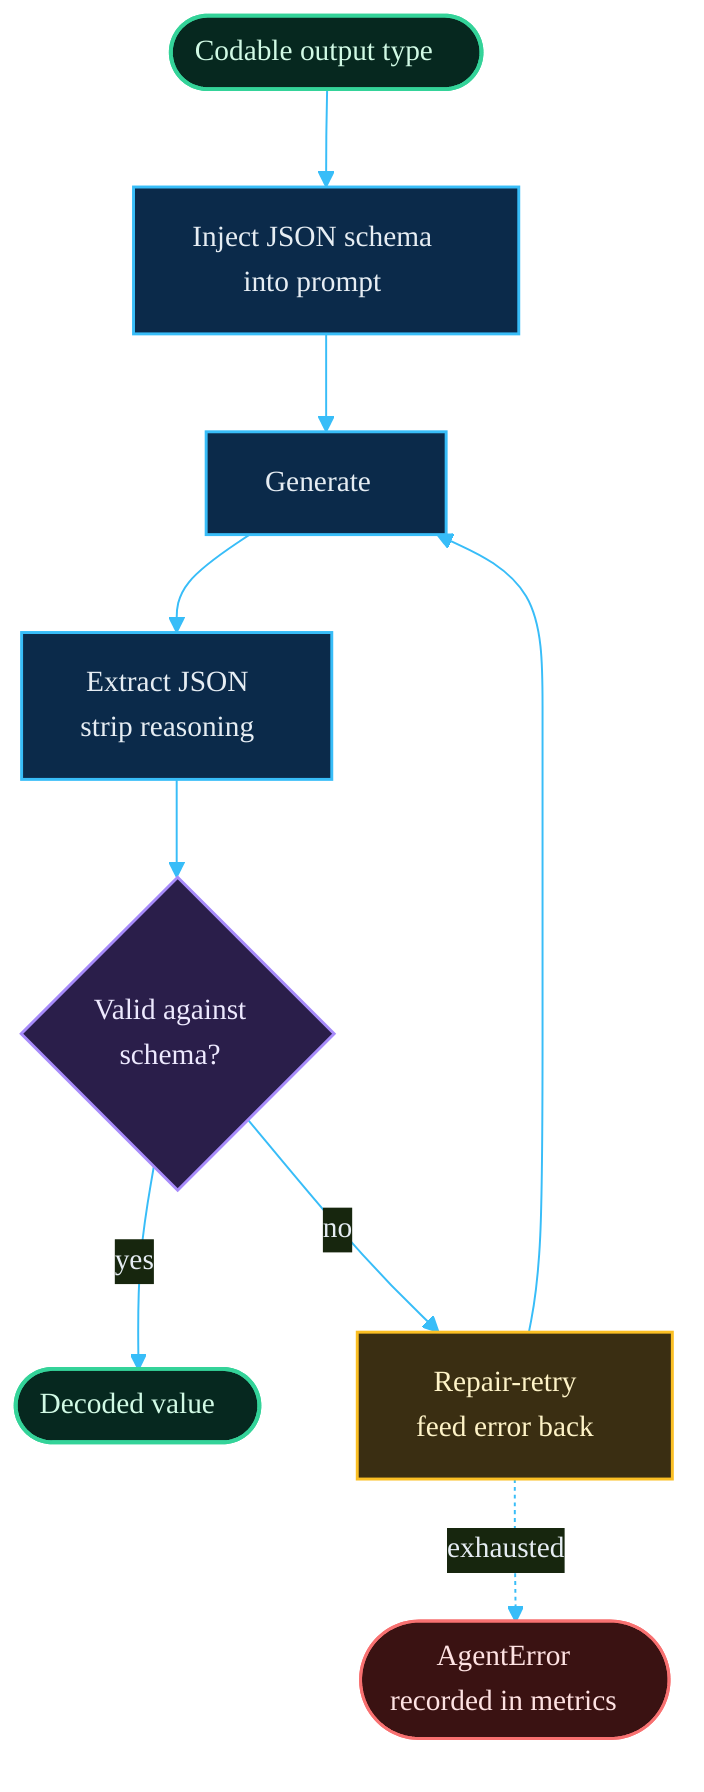
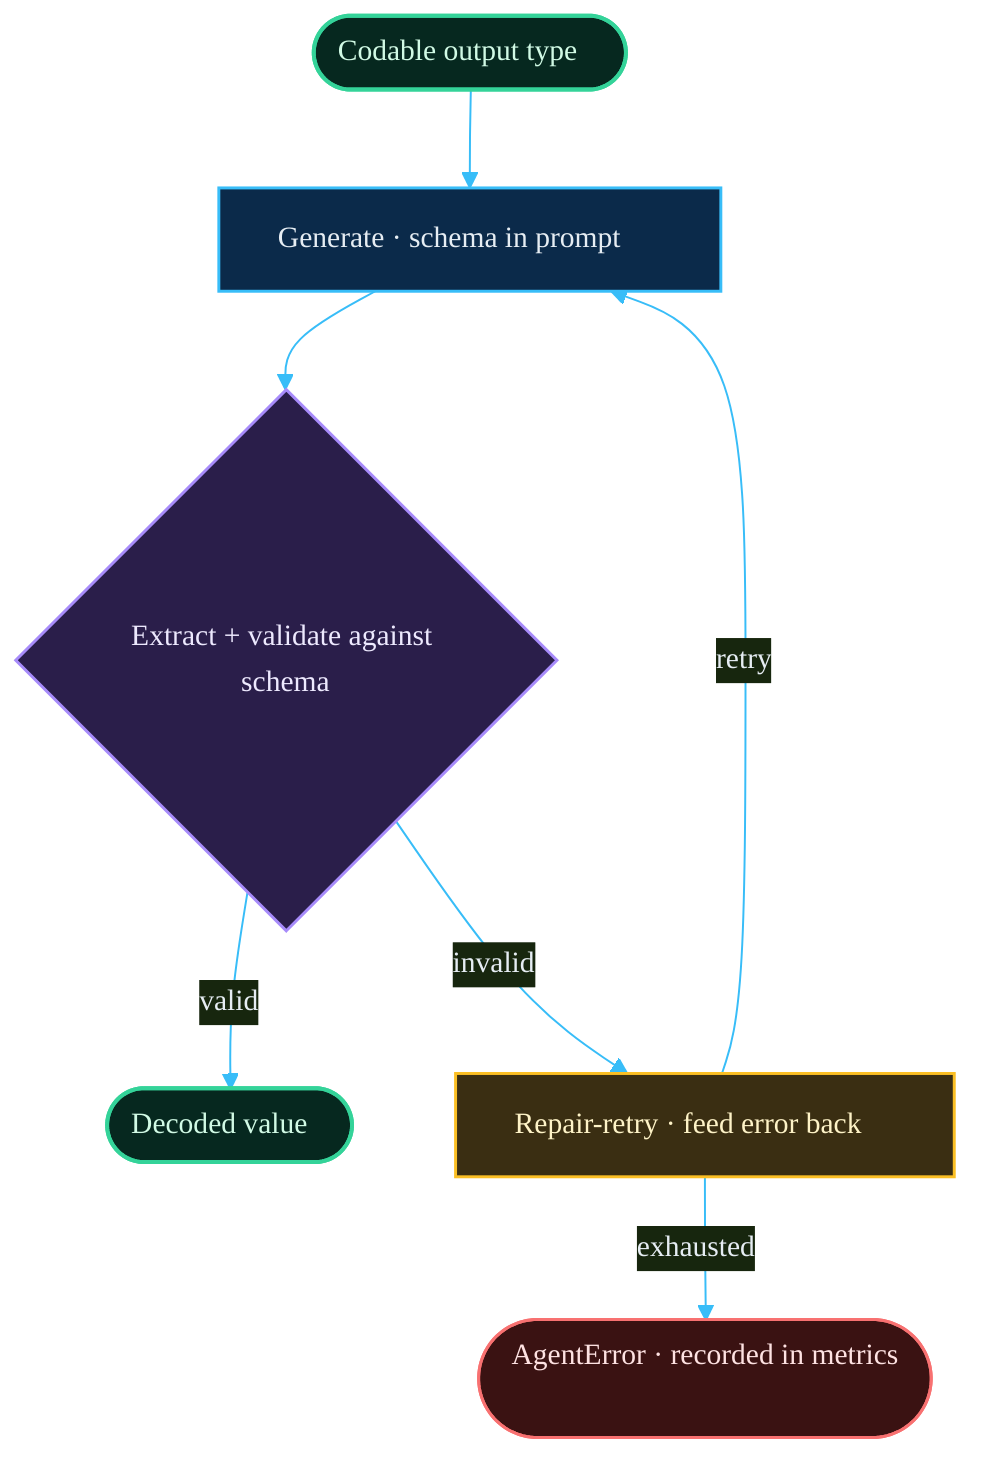
%%{init: {'theme':'base','themeVariables':{'background':'#070b14','primaryColor':'#0e1726','primaryTextColor':'#e6edf3','primaryBorderColor':'#22d3ee','lineColor':'#38bdf8','fontFamily':'Inter,Helvetica,sans-serif','fontSize':'15px','clusterBkg':'#0b1220','clusterBorder':'#1e293b','titleColor':'#7dd3fc'}}}%%
flowchart TB
-     schema(["Codable output type"]):::io --> P["Inject JSON schema<br/>into prompt"]:::step
-     P --> GEN["Generate"]:::step
-     GEN --> EX["Extract JSON<br/>strip reasoning"]:::step
-     EX --> VAL{"Valid against<br/>schema?"}:::dec
-     VAL -->|yes| OK(["Decoded value"]):::ok
-     VAL -->|no| REP["Repair-retry<br/>feed error back"]:::warn
-     REP --> GEN
-     REP -.->|exhausted| ERR(["AgentError<br/>recorded in metrics"]):::err
+     schema(["Codable output type"]):::io --> GEN["Generate · schema in prompt"]:::step
+     GEN --> VAL{"Extract + validate against schema"}:::dec
+     VAL -->|valid| OK(["Decoded value"]):::ok
+     VAL -->|invalid| REP["Repair-retry · feed error back"]:::warn
+     REP -->|retry| GEN
+     REP -->|exhausted| ERR(["AgentError · recorded in metrics"]):::err

    classDef io fill:#06281f,stroke:#34d399,color:#d1fae5,stroke-width:2px;
    classDef step fill:#0b2a4a,stroke:#38bdf8,color:#e6edf3,stroke-width:1.5px;
    classDef dec fill:#2a1e4a,stroke:#a78bfa,color:#ede9fe,stroke-width:1.5px;
    classDef ok fill:#06281f,stroke:#34d399,color:#d1fae5,stroke-width:2px;
    classDef warn fill:#3a2e12,stroke:#fbbf24,color:#fef3c7,stroke-width:1.5px;
    classDef err fill:#3a1212,stroke:#f87171,color:#fee2e2,stroke-width:1.5px;
